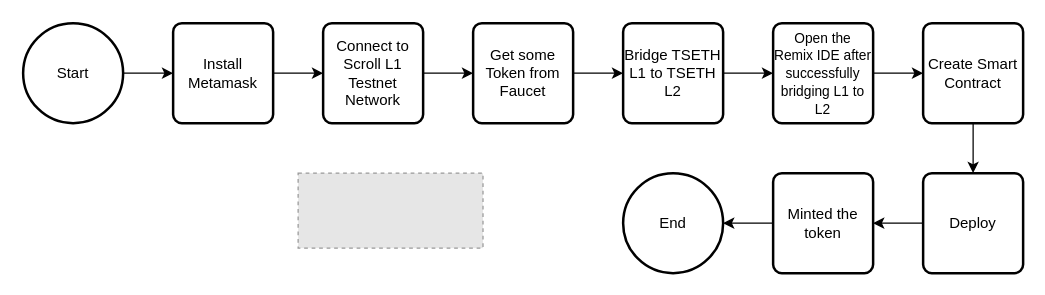
Earlier version of the draw.io diagram Taiko L2 Flowchart.drawio (hanggaa/Diagram). Source tidied: cells renumbered, new cells numbered last; positions are measured from the earlier drawing's top-left corner, leaving out a move shared by most shapes. Both pictures are drawn from the tidied source at 125%, with x=0, y=0 at pixel (22, 22). Pictures stored in the file or linked from it are replaced by grey dashed boxes.
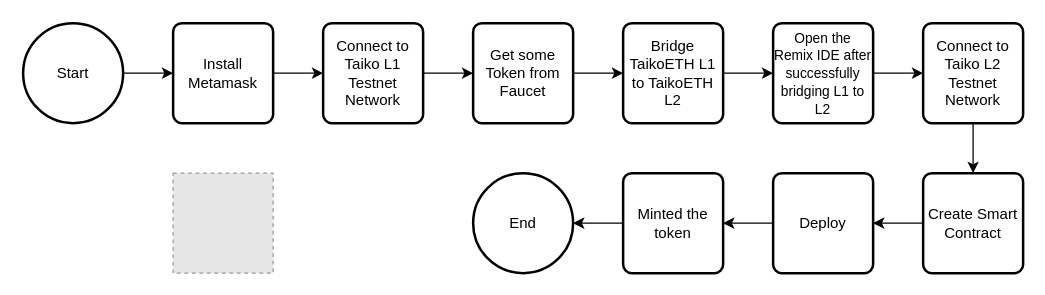
The same page after the edit.

The change refers to these unchanged cells:
```xml
<mxCell id="3" value="Install Metamask" style="rounded=1;whiteSpace=wrap;html=1;absoluteArcSize=1;arcSize=14;strokeWidth=2;" parent="1" vertex="1">
  <mxGeometry x="120" width="80" height="80" as="geometry" />
</mxCell>
<mxCell id="9" value="&lt;div&gt;&lt;div&gt;&lt;/div&gt;&lt;/div&gt;&lt;div class=&quot;m-0 flex h-auto w-full flex-grow-0 flex-col justify-center align-middle leading-6 text-blueGray-700&quot;&gt;&lt;div class=&quot;flex items-center&quot;&gt;&lt;div class=&quot;overflow-ellipsis whitespace-pre-line&quot; style=&quot;word-break: break-word;&quot;&gt;Get some Token from Faucet&lt;/div&gt;&lt;/div&gt;&lt;/div&gt;" style="rounded=1;whiteSpace=wrap;html=1;absoluteArcSize=1;arcSize=14;strokeWidth=2;" parent="1" vertex="1">
  <mxGeometry x="360" width="80" height="80" as="geometry" />
</mxCell>
<mxCell id="13" value="&lt;font style=&quot;font-size: 11px;&quot;&gt;Open the Remix IDE after successfully bridging L1 to L2&lt;/font&gt;" style="rounded=1;whiteSpace=wrap;html=1;absoluteArcSize=1;arcSize=14;strokeWidth=2;" parent="1" vertex="1">
  <mxGeometry x="600" width="80" height="80" as="geometry" />
</mxCell>
```

The edit, as a diff of the source:
```diff
@@
-    <mxCell id="2" style="edgeStyle=orthogonalEdgeStyle;rounded=0;jettySize=auto;html=1;exitX=1;exitY=0.5;exitDx=0;exitDy=0;entryX=0;entryY=0.5;entryDx=0;entryDy=0;" parent="1" edge="1" source="3" target="7">
-      <mxGeometry relative="1" as="geometry" />
-    </mxCell>
+    <mxCell id="22" style="edgeStyle=orthogonalEdgeStyle;rounded=0;jettySize=auto;html=1;exitX=1;exitY=0.5;exitDx=0;exitDy=0;entryX=0;entryY=0.5;entryDx=0;entryDy=0;" parent="1" edge="1" source="3" target="24">
+      <mxGeometry relative="1" as="geometry" />
+    </mxCell>
@@
-    <mxCell id="6" style="edgeStyle=orthogonalEdgeStyle;rounded=0;jettySize=auto;html=1;exitX=1;exitY=0.5;exitDx=0;exitDy=0;" parent="1" edge="1" source="7" target="9">
-      <mxGeometry relative="1" as="geometry" />
-    </mxCell>
-    <mxCell id="7" value="Connect to Scroll L1 Testnet Network" style="rounded=1;whiteSpace=wrap;html=1;absoluteArcSize=1;arcSize=14;strokeWidth=2;" parent="1" vertex="1">
-      <mxGeometry x="240" width="80" height="80" as="geometry" />
-    </mxCell>
-    <mxCell id="8" style="edgeStyle=orthogonalEdgeStyle;rounded=0;jettySize=auto;html=1;exitX=1;exitY=0.5;exitDx=0;exitDy=0;entryX=0;entryY=0.5;entryDx=0;entryDy=0;" parent="1" edge="1" source="9" target="11">
-      <mxGeometry relative="1" as="geometry" />
-    </mxCell>
+    <mxCell id="23" style="edgeStyle=orthogonalEdgeStyle;rounded=0;jettySize=auto;html=1;exitX=1;exitY=0.5;exitDx=0;exitDy=0;" parent="1" edge="1" source="24" target="9">
+      <mxGeometry relative="1" as="geometry" />
+    </mxCell>
+    <mxCell id="24" value="Connect to Taiko L1 Testnet Network" style="rounded=1;whiteSpace=wrap;html=1;absoluteArcSize=1;arcSize=14;strokeWidth=2;" parent="1" vertex="1">
+      <mxGeometry x="240" width="80" height="80" as="geometry" />
+    </mxCell>
+    <mxCell id="25" style="edgeStyle=orthogonalEdgeStyle;rounded=0;jettySize=auto;html=1;exitX=1;exitY=0.5;exitDx=0;exitDy=0;entryX=0;entryY=0.5;entryDx=0;entryDy=0;" parent="1" edge="1" source="9" target="27">
+      <mxGeometry relative="1" as="geometry" />
+    </mxCell>
@@
-    <mxCell id="10" style="edgeStyle=orthogonalEdgeStyle;rounded=0;jettySize=auto;html=1;exitX=1;exitY=0.5;exitDx=0;exitDy=0;entryX=0;entryY=0.5;entryDx=0;entryDy=0;" parent="1" edge="1" source="11" target="13">
-      <mxGeometry relative="1" as="geometry" />
-    </mxCell>
-    <mxCell id="11" value="Bridge TSETH L1 to TSETH L2" style="rounded=1;whiteSpace=wrap;html=1;absoluteArcSize=1;arcSize=14;strokeWidth=2;" parent="1" vertex="1">
-      <mxGeometry x="480" width="80" height="80" as="geometry" />
-    </mxCell>
-    <mxCell id="12" style="edgeStyle=orthogonalEdgeStyle;rounded=0;jettySize=auto;html=1;exitX=1;exitY=0.5;exitDx=0;exitDy=0;entryX=0;entryY=0.5;entryDx=0;entryDy=0;" parent="1" edge="1" source="13" target="15">
-      <mxGeometry relative="1" as="geometry" />
-    </mxCell>
+    <mxCell id="26" style="edgeStyle=orthogonalEdgeStyle;rounded=0;jettySize=auto;html=1;exitX=1;exitY=0.5;exitDx=0;exitDy=0;entryX=0;entryY=0.5;entryDx=0;entryDy=0;" parent="1" edge="1" source="27" target="13">
+      <mxGeometry relative="1" as="geometry" />
+    </mxCell>
+    <mxCell id="27" value="Bridge TaikoETH L1 to TaikoETH L2" style="rounded=1;whiteSpace=wrap;html=1;absoluteArcSize=1;arcSize=14;strokeWidth=2;" parent="1" vertex="1">
+      <mxGeometry x="480" width="80" height="80" as="geometry" />
+    </mxCell>
+    <mxCell id="28" style="edgeStyle=orthogonalEdgeStyle;rounded=0;jettySize=auto;html=1;exitX=1;exitY=0.5;exitDx=0;exitDy=0;entryX=0;entryY=0.5;entryDx=0;entryDy=0;" parent="1" edge="1" source="13" target="30">
+      <mxGeometry relative="1" as="geometry" />
+    </mxCell>
@@
-    <mxCell id="14" style="edgeStyle=orthogonalEdgeStyle;rounded=0;jettySize=auto;html=1;exitX=0.5;exitY=1;exitDx=0;exitDy=0;entryX=0.5;entryY=0;entryDx=0;entryDy=0;" parent="1" edge="1" source="15" target="17">
+    <mxCell id="14" style="edgeStyle=orthogonalEdgeStyle;rounded=0;jettySize=auto;html=1;exitX=0;exitY=0.5;exitDx=0;exitDy=0;entryX=1;entryY=0.5;entryDx=0;entryDy=0;" parent="1" edge="1" source="15" target="17">
       <mxGeometry relative="1" as="geometry" />
     </mxCell>
     <mxCell id="15" value="&lt;font style=&quot;font-size: 12px;&quot;&gt;Create Smart Contract&lt;/font&gt;" style="rounded=1;whiteSpace=wrap;html=1;absoluteArcSize=1;arcSize=14;strokeWidth=2;" parent="1" vertex="1">
-      <mxGeometry x="720" width="80" height="80" as="geometry" />
+      <mxGeometry x="720" y="120" width="80" height="80" as="geometry" />
     </mxCell>
@@
     <mxCell id="17" value="&lt;font style=&quot;font-size: 12px;&quot;&gt;Deploy&lt;/font&gt;" style="rounded=1;whiteSpace=wrap;html=1;absoluteArcSize=1;arcSize=14;strokeWidth=2;" parent="1" vertex="1">
-      <mxGeometry x="720" y="120" width="80" height="80" as="geometry" />
+      <mxGeometry x="600" y="120" width="80" height="80" as="geometry" />
     </mxCell>
     <mxCell id="18" value="End" style="strokeWidth=2;html=1;shape=mxgraph.flowchart.start_2;whiteSpace=wrap;" parent="1" vertex="1">
-      <mxGeometry x="480" y="120" width="80" height="80" as="geometry" />
+      <mxGeometry x="360" y="120" width="80" height="80" as="geometry" />
     </mxCell>
@@
     <mxCell id="20" value="&lt;font style=&quot;font-size: 12px;&quot;&gt;Minted the token&lt;/font&gt;" style="rounded=1;whiteSpace=wrap;html=1;absoluteArcSize=1;arcSize=14;strokeWidth=2;" parent="1" vertex="1">
-      <mxGeometry x="600" y="120" width="80" height="80" as="geometry" />
+      <mxGeometry x="480" y="120" width="80" height="80" as="geometry" />
     </mxCell>
-    <mxCell id="21" style="fillColor=#E6E6E6;strokeColor=#999999;dashed=1;verticalLabelPosition=bottom;labelBackgroundColor=default;verticalAlign=top;" parent="1" vertex="1">
-      <mxGeometry x="220" y="120" width="147.9" height="60" as="geometry" />
-    </mxCell>
+    <mxCell id="29" style="edgeStyle=orthogonalEdgeStyle;rounded=0;jettySize=auto;html=1;exitX=0.5;exitY=1;exitDx=0;exitDy=0;entryX=0.5;entryY=0;entryDx=0;entryDy=0;" parent="1" edge="1" source="30" target="15">
+      <mxGeometry relative="1" as="geometry" />
+    </mxCell>
+    <mxCell id="30" value="Connect to Taiko L2 Testnet Network" style="rounded=1;whiteSpace=wrap;html=1;absoluteArcSize=1;arcSize=14;strokeWidth=2;" parent="1" vertex="1">
+      <mxGeometry x="720" width="80" height="80" as="geometry" />
+    </mxCell>
+    <mxCell id="31" style="fillColor=#E6E6E6;strokeColor=#999999;dashed=1;verticalLabelPosition=bottom;labelBackgroundColor=default;verticalAlign=top;" parent="1" vertex="1">
+      <mxGeometry x="120" y="120" width="80" height="80" as="geometry" />
+    </mxCell>
```
